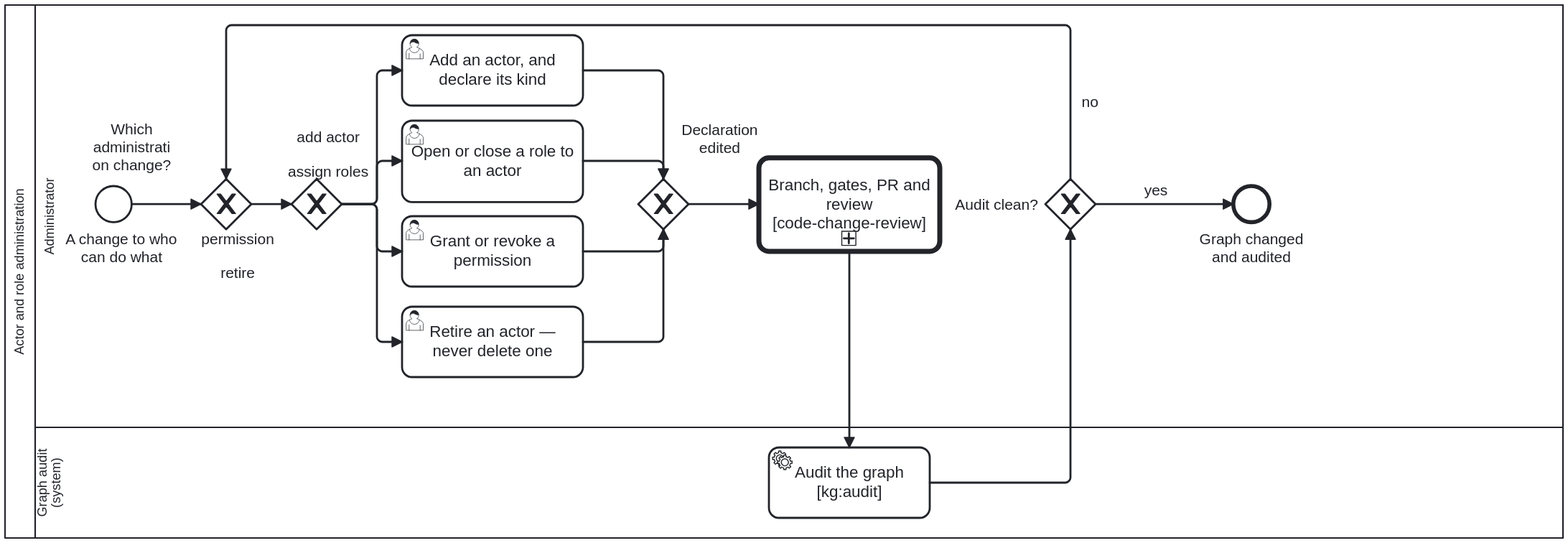
This is docs/assets/img/workflows/actor-role-administration.svg from litlfred/cat-harness, a BPMN export, as it was before one commit. Its source is kept beside it as processes/process/actor-role-administration.bpmn. Ids are renumbered.
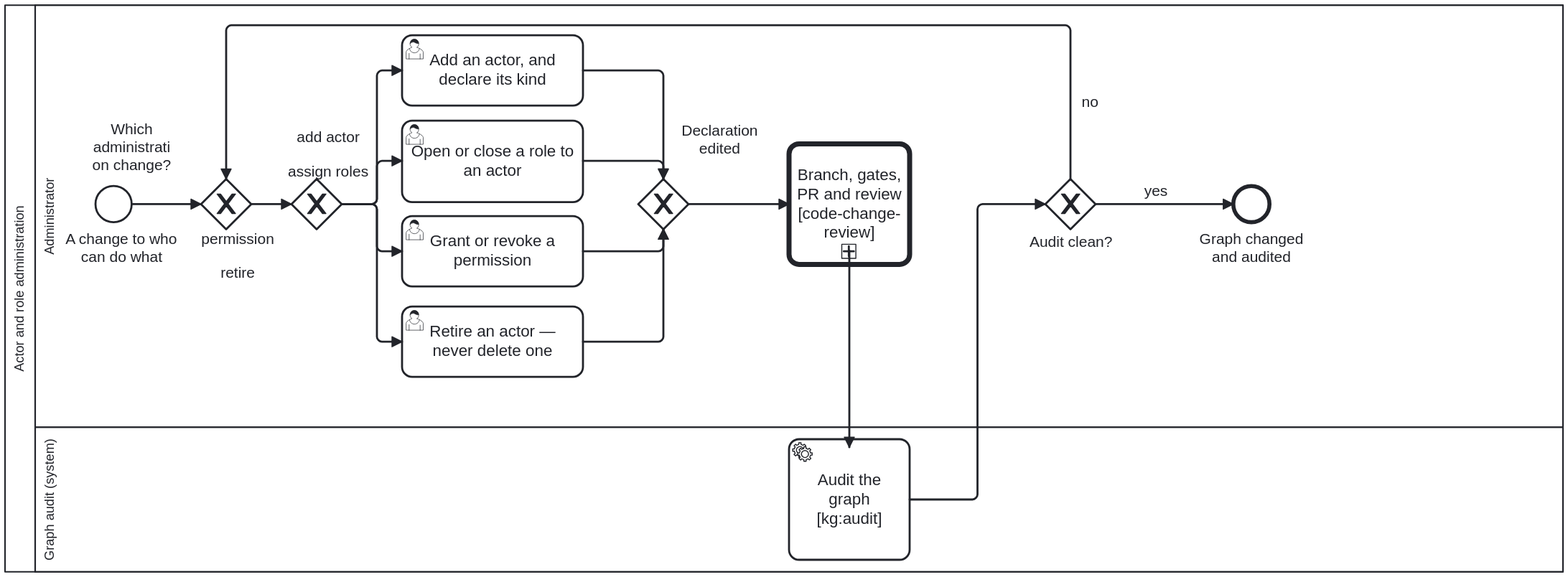
Above is the later version.

The edit, as a diff of the source:
```diff
@@ -205,13 +205,13 @@
   <bpmndi:BPMNDiagram id="Diagram_ActorRoleAdministration">
     <bpmndi:BPMNPlane id="Plane_ActorRoleAdministration" bpmnElement="Collaboration_ActorRoleAdministration">
       <bpmndi:BPMNShape id="Shape_Participant_ActorRoleAdministration" bpmnElement="Participant_ActorRoleAdministration" isHorizontal="true">
-        <dc:Bounds x="160" y="80" width="1550" height="530" />
+        <dc:Bounds x="160" y="80" width="1550" height="564" />
       </bpmndi:BPMNShape>
       <bpmndi:BPMNShape id="Shape_Lane_Administrator" bpmnElement="Lane_Administrator" isHorizontal="true">
         <dc:Bounds x="190" y="80" width="1520" height="420" />
       </bpmndi:BPMNShape>
       <bpmndi:BPMNShape id="Shape_Lane_Audit" bpmnElement="Lane_Audit" isHorizontal="true">
-        <dc:Bounds x="190" y="500" width="1520" height="110" />
+        <dc:Bounds x="190" y="500" width="1520" height="144" />
       </bpmndi:BPMNShape>
 
       <bpmndi:BPMNShape id="Shape_Start_AdminRequest" bpmnElement="Start_AdminRequest">
@@ -219,7 +219,7 @@
         <dc:Bounds x="250" y="260" width="36" height="36" />
       <bpmndi:BPMNLabel><dc:Bounds x="219.59" y="303.5" width="112" height="35" /></bpmndi:BPMNLabel></bpmndi:BPMNShape>
       <bpmndi:BPMNShape id="Shape_Gateway_WhichChange_Join" bpmnElement="Gateway_WhichChange_Join" isMarkerVisible="true">
-        <dc:Bounds x="355" y="253" width="50" height="50"/>
+        <dc:Bounds x="355" y="253" width="50" height="50" />
       </bpmndi:BPMNShape>
       <bpmndi:BPMNEdge id="Edge_Flow_Gateway_WhichChange_Join" bpmnElement="Flow_Gateway_WhichChange_Join">
         <di:waypoint x="405" y="278"/>
@@ -246,15 +246,15 @@
         <dc:Bounds x="790" y="253" width="50" height="50" />
       <bpmndi:BPMNLabel><dc:Bounds x="816" y="195.5" width="110" height="35" /></bpmndi:BPMNLabel></bpmndi:BPMNShape>
       <bpmndi:BPMNShape id="Shape_CallActivity_CodeChangeReview" bpmnElement="CallActivity_CodeChangeReview">
-        <dc:Bounds x="910" y="231.5" width="180" height="93" />
+        <dc:Bounds x="940" y="218" width="120" height="120" />
       </bpmndi:BPMNShape>
       <bpmndi:BPMNShape id="Shape_Task_RunKgAudit" bpmnElement="Task_RunKgAudit">
-        <dc:Bounds x="920" y="520" width="160" height="70" />
+        <dc:Bounds x="940" y="512" width="120" height="120" />
       </bpmndi:BPMNShape>
       <bpmndi:BPMNShape id="Shape_Gateway_AuditClean" bpmnElement="Gateway_AuditClean" isMarkerVisible="true">
 
         <dc:Bounds x="1195" y="253" width="50" height="50" />
-      <bpmndi:BPMNLabel><dc:Bounds x="1101" y="269.5" width="90" height="17" /></bpmndi:BPMNLabel></bpmndi:BPMNShape>
+      <bpmndi:BPMNLabel><dc:Bounds x="1175" y="307" width="90" height="17" /></bpmndi:BPMNLabel></bpmndi:BPMNShape>
       <bpmndi:BPMNShape id="Shape_End_Administered" bpmnElement="End_Administered">
 
         <dc:Bounds x="1382" y="260" width="36" height="36" />
@@ -314,16 +314,17 @@
       </bpmndi:BPMNEdge>
       <bpmndi:BPMNEdge id="Edge_A10" bpmnElement="A10">
         <di:waypoint x="840" y="278" />
-        <di:waypoint x="910" y="278" />
+        <di:waypoint x="940" y="278" />
       </bpmndi:BPMNEdge>
       <bpmndi:BPMNEdge id="Edge_A11" bpmnElement="A11">
         <di:waypoint x="1000" y="324.5" />
         <di:waypoint x="1000" y="520" />
       </bpmndi:BPMNEdge>
       <bpmndi:BPMNEdge id="Edge_A12" bpmnElement="A12">
-        <di:waypoint x="1080" y="555" />
-        <di:waypoint x="1220" y="555" />
-        <di:waypoint x="1220" y="303" />
+        <di:waypoint x="1060" y="572" />
+        <di:waypoint x="1127.5" y="572" />
+        <di:waypoint x="1127.5" y="278" />
+        <di:waypoint x="1195" y="278" />
       </bpmndi:BPMNEdge>
       <bpmndi:BPMNEdge id="Edge_A13" bpmnElement="A13">
         <bpmndi:BPMNLabel><dc:Bounds x="1224" y="168" width="30" height="17" /></bpmndi:BPMNLabel>
```
